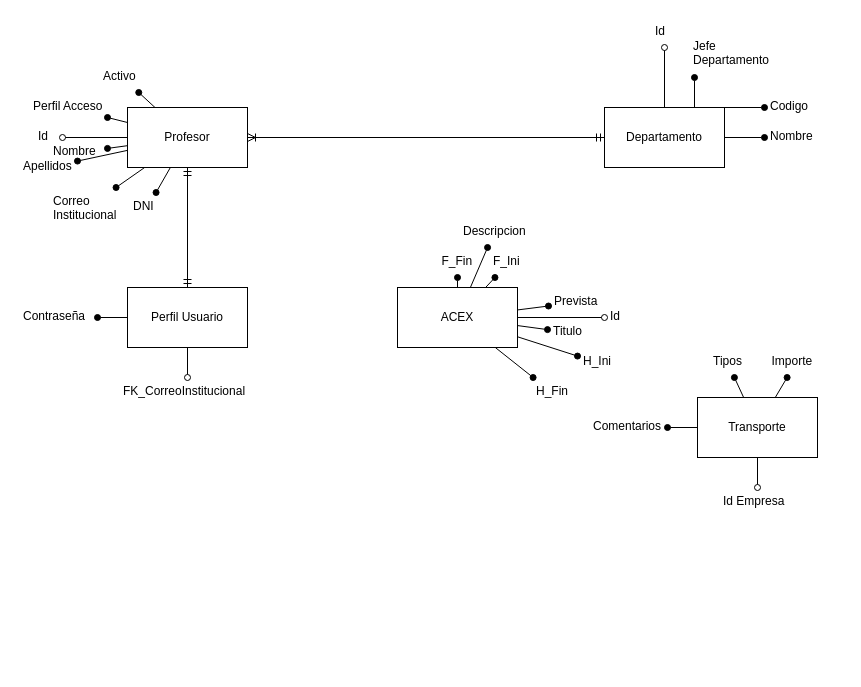
Earlier version of the draw.io diagram Entidad Relacion Proyecto.drawio (AlbertoGfeZ/GRUPO-4-RETO). Source tidied: cells renumbered, new cells numbered last; positions are measured from the earlier drawing's top-left corner, leaving out a move shared by most shapes. Both pictures are drawn from the tidied source at 100%, with x=0, y=0 at pixel (17, 17).
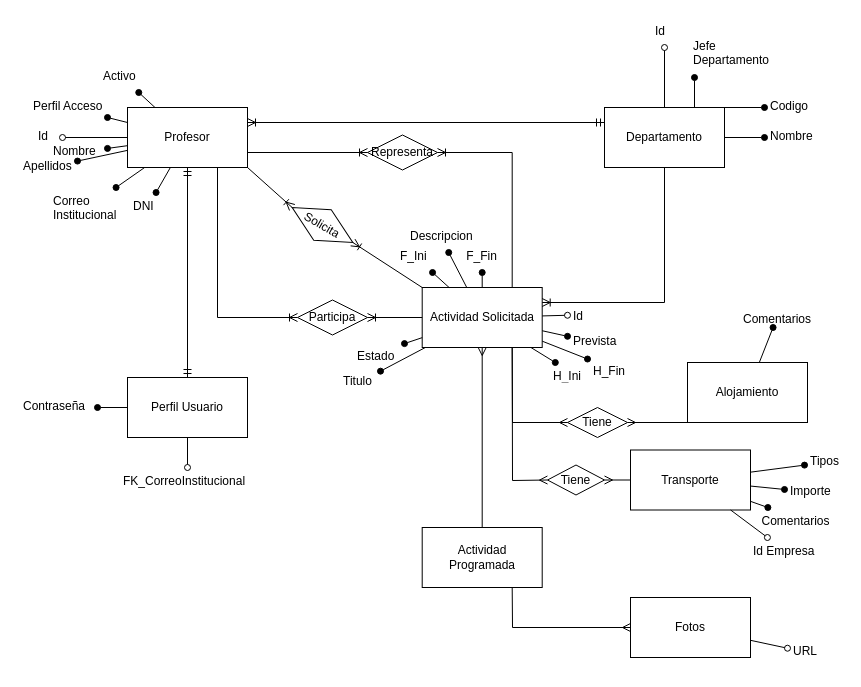
After the change.

Commit message:
Solicitadas y relaciones

Falta de añadir cursos y grupos, terminar fotos y revisar relaciones y las cardinalidades

The change refers to these unchanged cells:
```xml
<mxCell id="3" value="Profesor" style="whiteSpace=wrap;html=1;" parent="1" vertex="1">
  <mxGeometry x="110" y="90" width="120" height="60" as="geometry" />
</mxCell>
<mxCell id="23" value="Departamento" style="whiteSpace=wrap;html=1;" parent="1" vertex="1">
  <mxGeometry x="587" y="90" width="120" height="60" as="geometry" />
</mxCell>
```

The edit, as a diff of the source:
```diff
@@
     <mxCell id="17" value="Perfil Usuario" style="whiteSpace=wrap;html=1;" parent="1" vertex="1">
-      <mxGeometry x="110" y="270" width="120" height="60" as="geometry" />
+      <mxGeometry x="110" y="360" width="120" height="60" as="geometry" />
     </mxCell>
@@
     <mxCell id="20" value="Contraseña" style="text;strokeColor=none;fillColor=none;spacingLeft=4;spacingRight=4;overflow=hidden;points=[[0,0.5],[1,0.5]];portConstraint=eastwest;fontSize=12;" parent="1" vertex="1">
-      <mxGeometry y="285" width="80" height="30" as="geometry" />
+      <mxGeometry y="375" width="80" height="30" as="geometry" />
     </mxCell>
@@
     <mxCell id="22" value="FK_CorreoInstitucional" style="text;strokeColor=none;fillColor=none;spacingLeft=4;spacingRight=4;overflow=hidden;points=[[0,0.5],[1,0.5]];portConstraint=eastwest;fontSize=12;" parent="1" vertex="1">
-      <mxGeometry x="100" y="360" width="140" height="30" as="geometry" />
+      <mxGeometry x="100" y="450" width="140" height="30" as="geometry" />
     </mxCell>
@@
-    <mxCell id="32" style="fontSize=12;html=1;endArrow=ERoneToMany;startArrow=ERmandOne;rounded=0;exitX=0;exitY=0.5;exitDx=0;exitDy=0;entryX=1;entryY=0.5;entryDx=0;entryDy=0;" parent="1" edge="1" source="23" target="3">
+    <mxCell id="32" style="fontSize=12;html=1;endArrow=ERoneToMany;startArrow=ERmandOne;rounded=0;exitX=0;exitY=0.25;exitDx=0;exitDy=0;entryX=1;entryY=0.25;entryDx=0;entryDy=0;" parent="1" edge="1" source="23" target="3">
       <mxGeometry relative="1" as="geometry" />
     </mxCell>
-    <mxCell id="33" value="ACEX" style="whiteSpace=wrap;html=1;" parent="1" vertex="1">
-      <mxGeometry x="380" y="270" width="120" height="60" as="geometry" />
+    <mxCell id="33" value="Actividad Solicitada" style="whiteSpace=wrap;html=1;" parent="1" vertex="1">
+      <mxGeometry x="404.7" y="270" width="120" height="60" as="geometry" />
     </mxCell>
@@
     <mxCell id="35" value="Id" style="text;strokeColor=none;fillColor=none;spacingLeft=4;spacingRight=4;overflow=hidden;points=[[0,0.5],[1,0.5]];portConstraint=eastwest;fontSize=12;" parent="1" vertex="1">
-      <mxGeometry x="587" y="285" width="20" height="30" as="geometry" />
+      <mxGeometry x="550" y="285" width="20" height="25" as="geometry" />
     </mxCell>
@@
     <mxCell id="37" value="Titulo" style="text;strokeColor=none;fillColor=none;spacingLeft=4;spacingRight=4;overflow=hidden;points=[[0,0.5],[1,0.5]];portConstraint=eastwest;fontSize=12;" parent="1" vertex="1">
-      <mxGeometry x="530" y="300" width="43" height="30" as="geometry" />
+      <mxGeometry x="320" y="350" width="43" height="30" as="geometry" />
     </mxCell>
@@
     <mxCell id="39" value="F_Ini" style="text;strokeColor=none;fillColor=none;spacingLeft=4;spacingRight=4;overflow=hidden;points=[[0,0.5],[1,0.5]];portConstraint=eastwest;fontSize=12;" parent="1" vertex="1">
-      <mxGeometry x="470" y="230" width="43" height="30" as="geometry" />
+      <mxGeometry x="377" y="225" width="43" height="30" as="geometry" />
     </mxCell>
-    <mxCell id="40" style="edgeStyle=none;rounded=0;jettySize=auto;html=1;endArrow=oval;endFill=1;" parent="1" edge="1" source="33" target="41">
-      <mxGeometry relative="1" as="geometry" />
-    </mxCell>
-    <mxCell id="41" value="F_Fin" style="text;strokeColor=none;fillColor=none;spacingLeft=4;spacingRight=4;overflow=hidden;points=[[0,0.5],[1,0.5]];portConstraint=eastwest;fontSize=12;" parent="1" vertex="1">
-      <mxGeometry x="418.5" y="230" width="43" height="30" as="geometry" />
-    </mxCell>
@@
     <mxCell id="43" value="Prevista" style="text;strokeColor=none;fillColor=none;spacingLeft=4;spacingRight=4;overflow=hidden;points=[[0,0.5],[1,0.5]];portConstraint=eastwest;fontSize=12;" parent="1" vertex="1">
-      <mxGeometry x="531" y="270" width="56" height="30" as="geometry" />
+      <mxGeometry x="550" y="310" width="56" height="30" as="geometry" />
     </mxCell>
@@
     <mxCell id="45" value="Descripcion" style="text;strokeColor=none;fillColor=none;spacingLeft=4;spacingRight=4;overflow=hidden;points=[[0,0.5],[1,0.5]];portConstraint=eastwest;fontSize=12;" parent="1" vertex="1">
-      <mxGeometry x="440" y="200" width="73" height="30" as="geometry" />
+      <mxGeometry x="387" y="205" width="73" height="30" as="geometry" />
     </mxCell>
     <mxCell id="46" value="Transporte" style="whiteSpace=wrap;html=1;" parent="1" vertex="1">
-      <mxGeometry x="680" y="380" width="120" height="60" as="geometry" />
+      <mxGeometry x="613" y="432.5" width="120" height="60" as="geometry" />
     </mxCell>
@@
     <mxCell id="48" value="Comentarios" style="text;strokeColor=none;fillColor=none;spacingLeft=4;spacingRight=4;overflow=hidden;points=[[0,0.5],[1,0.5]];portConstraint=eastwest;fontSize=12;" parent="1" vertex="1">
-      <mxGeometry x="570" y="395" width="80" height="30" as="geometry" />
+      <mxGeometry x="738.5" y="490" width="80" height="20" as="geometry" />
     </mxCell>
@@
     <mxCell id="50" value="Id Empresa" style="text;strokeColor=none;fillColor=none;spacingLeft=4;spacingRight=4;overflow=hidden;points=[[0,0.5],[1,0.5]];portConstraint=eastwest;fontSize=12;" parent="1" vertex="1">
-      <mxGeometry x="700" y="470" width="80" height="30" as="geometry" />
+      <mxGeometry x="730" y="520" width="80" height="30" as="geometry" />
     </mxCell>
@@
     <mxCell id="52" value="Importe" style="text;strokeColor=none;fillColor=none;spacingLeft=4;spacingRight=4;overflow=hidden;points=[[0,0.5],[1,0.5]];portConstraint=eastwest;fontSize=12;" parent="1" vertex="1">
-      <mxGeometry x="748.5" y="330" width="60" height="30" as="geometry" />
+      <mxGeometry x="767" y="460" width="60" height="30" as="geometry" />
     </mxCell>
@@
     <mxCell id="54" value="Tipos" style="text;strokeColor=none;fillColor=none;spacingLeft=4;spacingRight=4;overflow=hidden;points=[[0,0.5],[1,0.5]];portConstraint=eastwest;fontSize=12;" parent="1" vertex="1">
-      <mxGeometry x="690" y="330" width="40" height="30" as="geometry" />
+      <mxGeometry x="787" y="430" width="40" height="30" as="geometry" />
     </mxCell>
@@
     <mxCell id="56" value="H_Ini" style="text;strokeColor=none;fillColor=none;spacingLeft=4;spacingRight=4;overflow=hidden;points=[[0,0.5],[1,0.5]];portConstraint=eastwest;fontSize=12;" parent="1" vertex="1">
-      <mxGeometry x="560" y="330" width="40" height="30" as="geometry" />
+      <mxGeometry x="530" y="345" width="40" height="15" as="geometry" />
     </mxCell>
@@
     <mxCell id="58" value="H_Fin" style="text;strokeColor=none;fillColor=none;spacingLeft=4;spacingRight=4;overflow=hidden;points=[[0,0.5],[1,0.5]];portConstraint=eastwest;fontSize=12;" parent="1" vertex="1">
-      <mxGeometry x="513" y="360" width="43" height="30" as="geometry" />
+      <mxGeometry x="570" y="340" width="43" height="20" as="geometry" />
     </mxCell>
+    <mxCell id="40" style="edgeStyle=none;rounded=0;jettySize=auto;html=1;endArrow=oval;endFill=1;" parent="1" edge="1" source="33" target="41">
+      <mxGeometry relative="1" as="geometry" />
+    </mxCell>
+    <mxCell id="59" style="edgeStyle=none;rounded=0;jettySize=auto;html=1;endArrow=oval;endFill=1;" parent="1" edge="1" source="33" target="60">
+      <mxGeometry relative="1" as="geometry" />
+    </mxCell>
+    <mxCell id="60" value="Estado" style="text;strokeColor=none;fillColor=none;spacingLeft=4;spacingRight=4;overflow=hidden;points=[[0,0.5],[1,0.5]];portConstraint=eastwest;fontSize=12;" parent="1" vertex="1">
+      <mxGeometry x="334" y="325" width="53" height="20" as="geometry" />
+    </mxCell>
+    <mxCell id="61" value="Solicita" style="shape=rhombus;perimeter=rhombusPerimeter;whiteSpace=wrap;html=1;align=center;rotation=30;" parent="1" vertex="1">
+      <mxGeometry x="270" y="190" width="70" height="35" as="geometry" />
+    </mxCell>
+    <mxCell id="62" style="fontSize=12;html=1;endArrow=ERoneToMany;rounded=0;exitX=1;exitY=1;exitDx=0;exitDy=0;entryX=0;entryY=0.5;entryDx=0;entryDy=0;" parent="1" edge="1" source="3" target="61">
+      <mxGeometry relative="1" as="geometry" />
+    </mxCell>
+    <mxCell id="63" style="fontSize=12;html=1;endArrow=ERoneToMany;rounded=0;exitX=0;exitY=0;exitDx=0;exitDy=0;entryX=1;entryY=0.5;entryDx=0;entryDy=0;" parent="1" edge="1" source="33" target="61">
+      <mxGeometry relative="1" as="geometry" />
+    </mxCell>
+    <mxCell id="64" value="Participa" style="shape=rhombus;perimeter=rhombusPerimeter;whiteSpace=wrap;html=1;align=center;rotation=0;" parent="1" vertex="1">
+      <mxGeometry x="280" y="282.5" width="70" height="35" as="geometry" />
+    </mxCell>
+    <mxCell id="65" style="fontSize=12;html=1;endArrow=ERoneToMany;rounded=0;exitX=0;exitY=0.5;exitDx=0;exitDy=0;entryX=1;entryY=0.5;entryDx=0;entryDy=0;" parent="1" edge="1" source="33" target="64">
+      <mxGeometry relative="1" as="geometry" />
+    </mxCell>
+    <mxCell id="66" style="fontSize=12;html=1;endArrow=ERoneToMany;rounded=0;exitX=0.75;exitY=1;exitDx=0;exitDy=0;entryX=0;entryY=0.5;entryDx=0;entryDy=0;edgeStyle=orthogonalEdgeStyle;" parent="1" edge="1" source="3" target="64">
+      <mxGeometry relative="1" as="geometry" />
+    </mxCell>
+    <mxCell id="67" value="Representa" style="shape=rhombus;perimeter=rhombusPerimeter;whiteSpace=wrap;html=1;align=center;rotation=0;" parent="1" vertex="1">
+      <mxGeometry x="350" y="117.5" width="70" height="35" as="geometry" />
+    </mxCell>
+    <mxCell id="68" style="fontSize=12;html=1;endArrow=ERoneToMany;rounded=0;exitX=1;exitY=0.75;exitDx=0;exitDy=0;entryX=0;entryY=0.5;entryDx=0;entryDy=0;" parent="1" edge="1" source="3" target="67">
+      <mxGeometry relative="1" as="geometry" />
+    </mxCell>
+    <mxCell id="69" style="fontSize=12;html=1;endArrow=ERoneToMany;rounded=0;entryX=1;entryY=0.5;entryDx=0;entryDy=0;edgeStyle=orthogonalEdgeStyle;exitX=0.75;exitY=0;exitDx=0;exitDy=0;" parent="1" edge="1" source="33" target="67">
+      <mxGeometry relative="1" as="geometry" />
+    </mxCell>
+    <mxCell id="41" value="F_Fin" style="text;strokeColor=none;fillColor=none;spacingLeft=4;spacingRight=4;overflow=hidden;points=[[0,0.5],[1,0.5]];portConstraint=eastwest;fontSize=12;" parent="1" vertex="1">
+      <mxGeometry x="443.2" y="225" width="43" height="30" as="geometry" />
+    </mxCell>
+    <mxCell id="70" style="fontSize=12;html=1;endArrow=ERoneToMany;rounded=0;exitX=0.5;exitY=1;exitDx=0;exitDy=0;entryX=1;entryY=0.25;entryDx=0;entryDy=0;edgeStyle=orthogonalEdgeStyle;" parent="1" edge="1" source="23" target="33">
+      <mxGeometry relative="1" as="geometry" />
+    </mxCell>
+    <mxCell id="71" value="Actividad Programada" style="whiteSpace=wrap;html=1;" parent="1" vertex="1">
+      <mxGeometry x="404.7" y="510" width="120" height="60" as="geometry" />
+    </mxCell>
+    <mxCell id="72" style="fontSize=12;html=1;endArrow=ERmany;rounded=0;entryX=0.5;entryY=1;entryDx=0;entryDy=0;exitX=0.5;exitY=0;exitDx=0;exitDy=0;" parent="1" edge="1" source="71" target="33">
+      <mxGeometry relative="1" as="geometry" />
+    </mxCell>
+    <mxCell id="73" value="Tiene" style="shape=rhombus;perimeter=rhombusPerimeter;whiteSpace=wrap;html=1;align=center;rotation=0;" parent="1" vertex="1">
+      <mxGeometry x="530" y="447.5" width="57" height="30" as="geometry" />
+    </mxCell>
+    <mxCell id="74" style="fontSize=12;html=1;endArrow=ERmany;rounded=0;entryX=0;entryY=0.5;entryDx=0;entryDy=0;exitX=0.75;exitY=1;exitDx=0;exitDy=0;" parent="1" edge="1" source="33" target="73">
+      <mxGeometry relative="1" as="geometry">
+        <Array as="points">
+          <mxPoint x="495" y="463" />
+        </Array>
+      </mxGeometry>
+    </mxCell>
+    <mxCell id="75" style="fontSize=12;html=1;endArrow=ERmany;rounded=0;entryX=1;entryY=0.5;entryDx=0;entryDy=0;exitX=0;exitY=0.5;exitDx=0;exitDy=0;" parent="1" edge="1" source="46" target="73">
+      <mxGeometry relative="1" as="geometry" />
+    </mxCell>
+    <mxCell id="76" value="Alojamiento" style="whiteSpace=wrap;html=1;" parent="1" vertex="1">
+      <mxGeometry x="670" y="345" width="120" height="60" as="geometry" />
+    </mxCell>
+    <mxCell id="77" value="Tiene" style="shape=rhombus;perimeter=rhombusPerimeter;whiteSpace=wrap;html=1;align=center;rotation=0;" parent="1" vertex="1">
+      <mxGeometry x="550" y="390" width="60" height="30" as="geometry" />
+    </mxCell>
+    <mxCell id="78" style="fontSize=12;html=1;endArrow=ERmany;rounded=0;entryX=0;entryY=0.5;entryDx=0;entryDy=0;exitX=0.75;exitY=1;exitDx=0;exitDy=0;" parent="1" edge="1" source="33" target="77">
+      <mxGeometry relative="1" as="geometry">
+        <Array as="points">
+          <mxPoint x="495" y="405" />
+        </Array>
+      </mxGeometry>
+    </mxCell>
+    <mxCell id="79" style="fontSize=12;html=1;endArrow=ERmany;rounded=0;entryX=1;entryY=0.5;entryDx=0;entryDy=0;exitX=0;exitY=1;exitDx=0;exitDy=0;" parent="1" edge="1" source="76" target="77">
+      <mxGeometry relative="1" as="geometry" />
+    </mxCell>
+    <mxCell id="80" value="Comentarios" style="text;strokeColor=none;fillColor=none;spacingLeft=4;spacingRight=4;overflow=hidden;points=[[0,0.5],[1,0.5]];portConstraint=eastwest;fontSize=12;" parent="1" vertex="1">
+      <mxGeometry x="720" y="287.5" width="80" height="22.5" as="geometry" />
+    </mxCell>
+    <mxCell id="81" style="edgeStyle=none;rounded=0;jettySize=auto;html=1;endArrow=oval;endFill=1;" parent="1" edge="1" source="76" target="80">
+      <mxGeometry relative="1" as="geometry" />
+    </mxCell>
+    <mxCell id="82" value="Fotos" style="whiteSpace=wrap;html=1;" parent="1" vertex="1">
+      <mxGeometry x="613" y="580" width="120" height="60" as="geometry" />
+    </mxCell>
+    <mxCell id="83" value="URL" style="text;strokeColor=none;fillColor=none;spacingLeft=4;spacingRight=4;overflow=hidden;points=[[0,0.5],[1,0.5]];portConstraint=eastwest;fontSize=12;" parent="1" vertex="1">
+      <mxGeometry x="770" y="620" width="40" height="30" as="geometry" />
+    </mxCell>
+    <mxCell id="84" style="edgeStyle=none;rounded=0;jettySize=auto;html=1;endArrow=oval;endFill=0;" parent="1" edge="1" source="82" target="83">
+      <mxGeometry relative="1" as="geometry" />
+    </mxCell>
+    <mxCell id="85" style="fontSize=12;html=1;endArrow=ERmany;rounded=0;entryX=0;entryY=0.5;entryDx=0;entryDy=0;exitX=0.75;exitY=1;exitDx=0;exitDy=0;" parent="1" edge="1" source="71" target="82">
+      <mxGeometry relative="1" as="geometry">
+        <Array as="points">
+          <mxPoint x="495" y="610" />
+        </Array>
+      </mxGeometry>
+    </mxCell>
```
